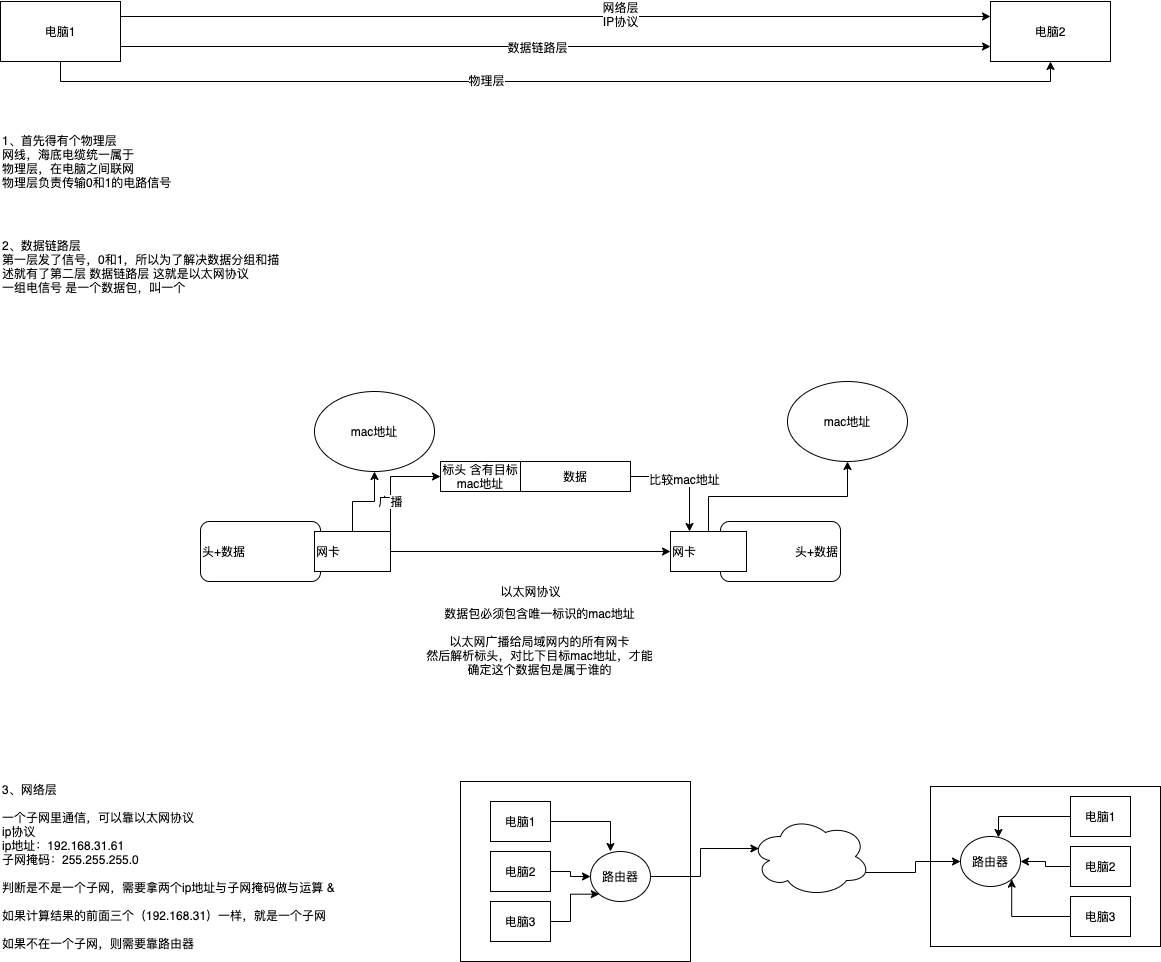
This is cs/tcp-ip-model.png from sivanbil/architecthure-diagram, a draw.io export, as it was before one commit. Source tidied: cells renumbered, new cells last; positions are measured from the earlier drawing's top-left corner, leaving out a move shared by most shapes.
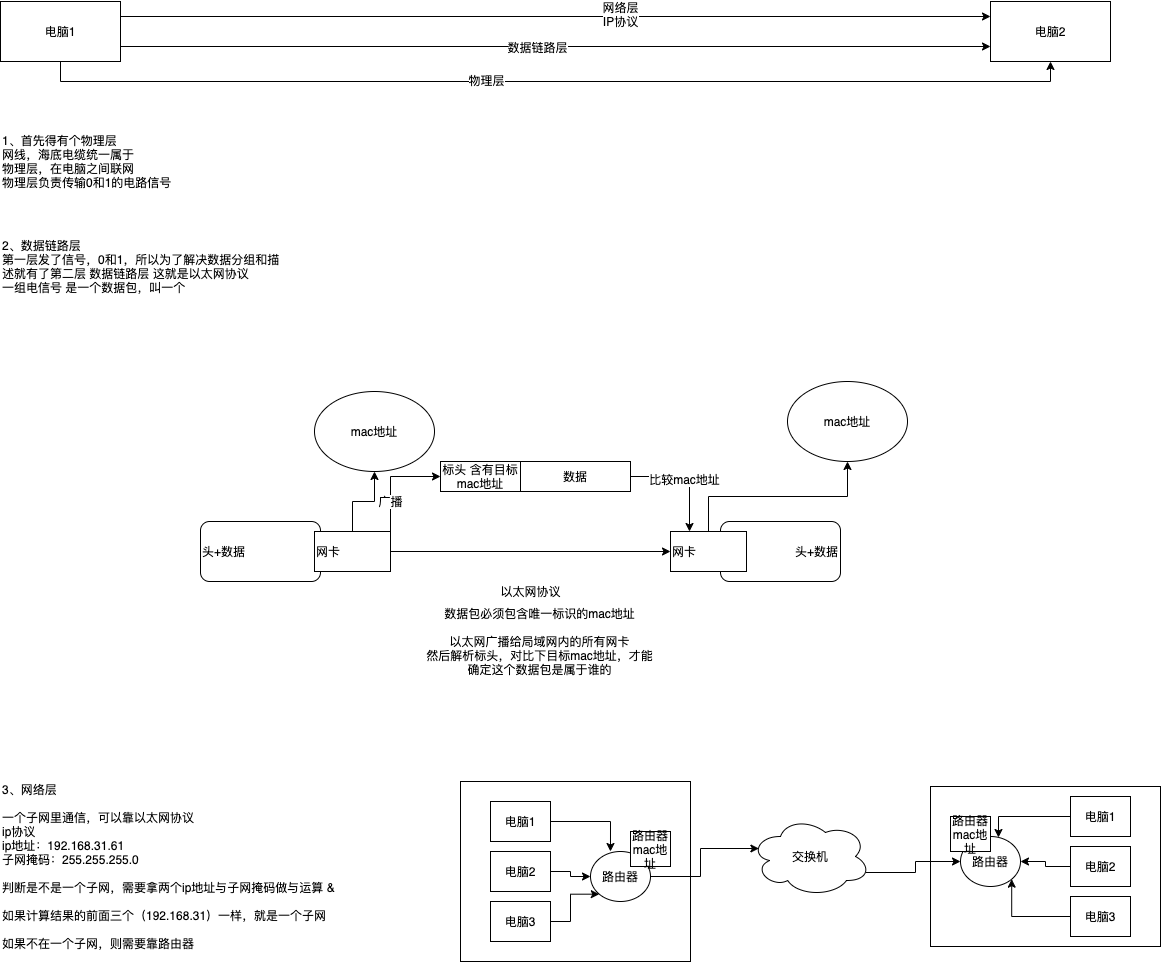
The same file after the commit.

Diff of the diagram source:
```diff
@@ -140,8 +140,14 @@
     <mxCell id="47" style="edgeStyle=orthogonalEdgeStyle;rounded=0;jettySize=auto;html=1;exitX=0.96;exitY=0.7;exitDx=0;exitDy=0;exitPerimeter=0;" parent="1" edge="1" source="48" target="46">
       <mxGeometry relative="1" as="geometry" />
     </mxCell>
-    <mxCell id="48" style="ellipse;shape=cloud;whiteSpace=wrap;html=1;align=center;" parent="1" vertex="1">
+    <mxCell id="48" value="交换机" style="ellipse;shape=cloud;whiteSpace=wrap;html=1;align=center;" parent="1" vertex="1">
       <mxGeometry x="750" y="815" width="120" height="80" as="geometry" />
     </mxCell>
+    <mxCell id="49" value="路由器mac地址" style="rounded=0;whiteSpace=wrap;html=1;align=center;" parent="1" vertex="1">
+      <mxGeometry x="630" y="830" width="40" height="35" as="geometry" />
+    </mxCell>
+    <mxCell id="50" value="路由器mac地址" style="rounded=0;whiteSpace=wrap;html=1;align=center;" parent="1" vertex="1">
+      <mxGeometry x="950" y="815" width="40" height="35" as="geometry" />
+    </mxCell>
   </root>
 </mxGraphModel>
```
